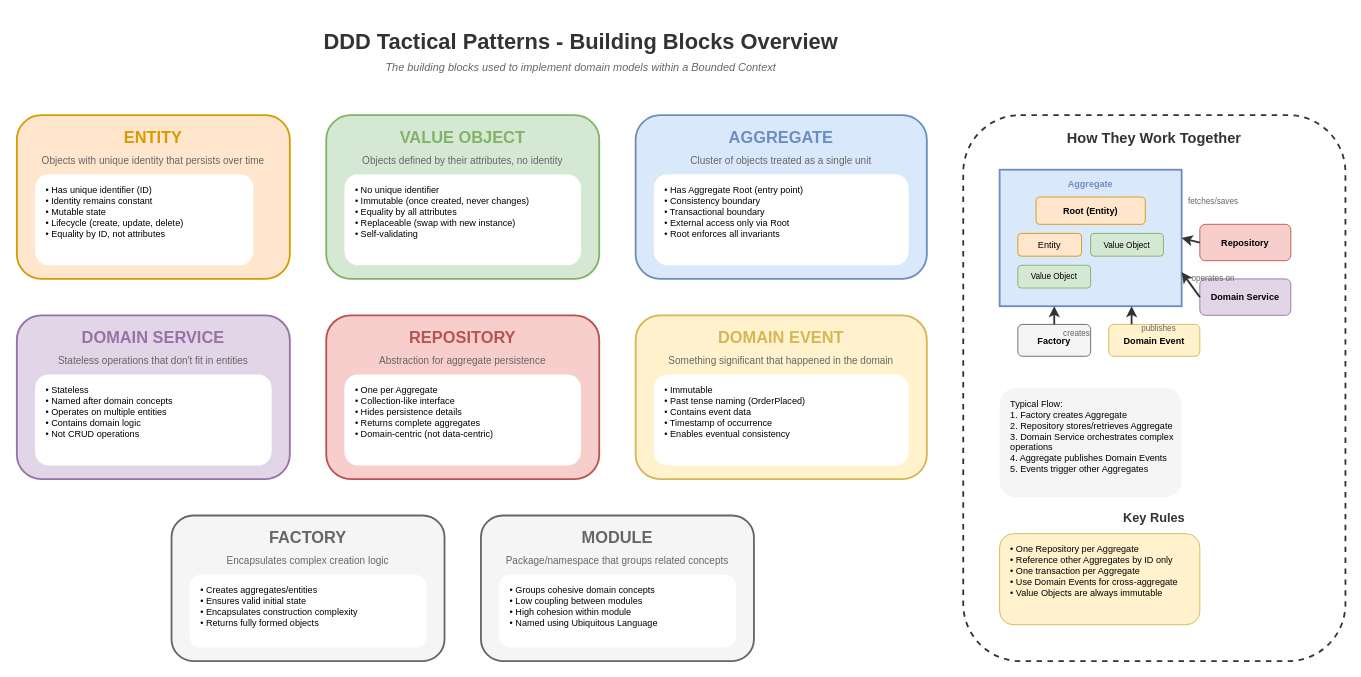
This is lesson-01-software-design-architecture/diagrams/1.5.1-ddd-tactical-overview.drawio from MrParkerZ7/document-lesson-software-architect-x-claude, a draw.io file, before an edit. Source tidied: cells renumbered, new cells numbered last; positions are measured from the earlier drawing's top-left corner, leaving out a move shared by most shapes. Both pictures are drawn from the tidied source at 91%, with x=0, y=0 at pixel (16, 24).
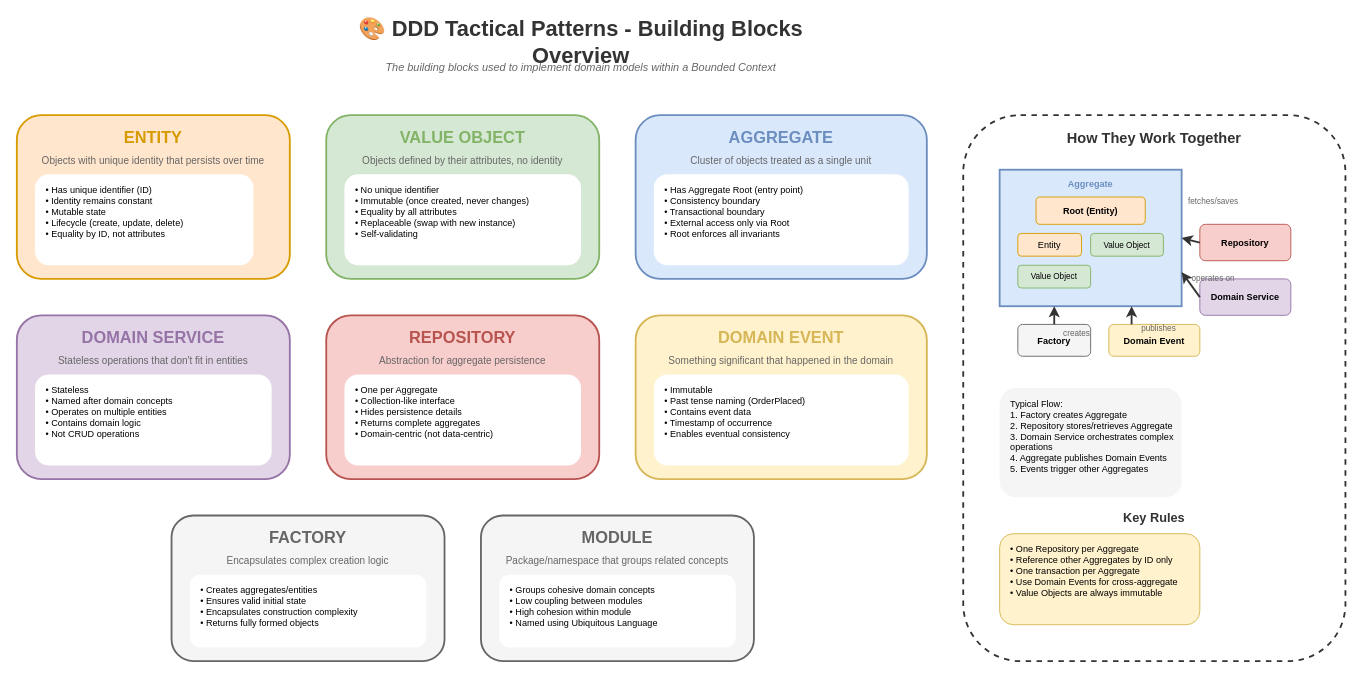
The same page after the edit.

The edit, as a diff of the source:
```diff
@@
-    <mxCell id="2" value="DDD Tactical Patterns - Building Blocks Overview" style="text;html=1;strokeColor=none;fillColor=none;align=center;verticalAlign=middle;whiteSpace=wrap;rounded=0;fontSize=24;fontStyle=1;fontColor=#333333;" parent="1" vertex="1">
+    <mxCell id="2" value="🎨 DDD Tactical Patterns - Building Blocks Overview" style="text;html=1;strokeColor=none;fillColor=none;align=center;verticalAlign=middle;whiteSpace=wrap;rounded=0;fontSize=24;fontStyle=1;fontColor=#333333;" parent="1" vertex="1">
       <mxGeometry x="320" width="600" height="40" as="geometry" />
     </mxCell>
```
